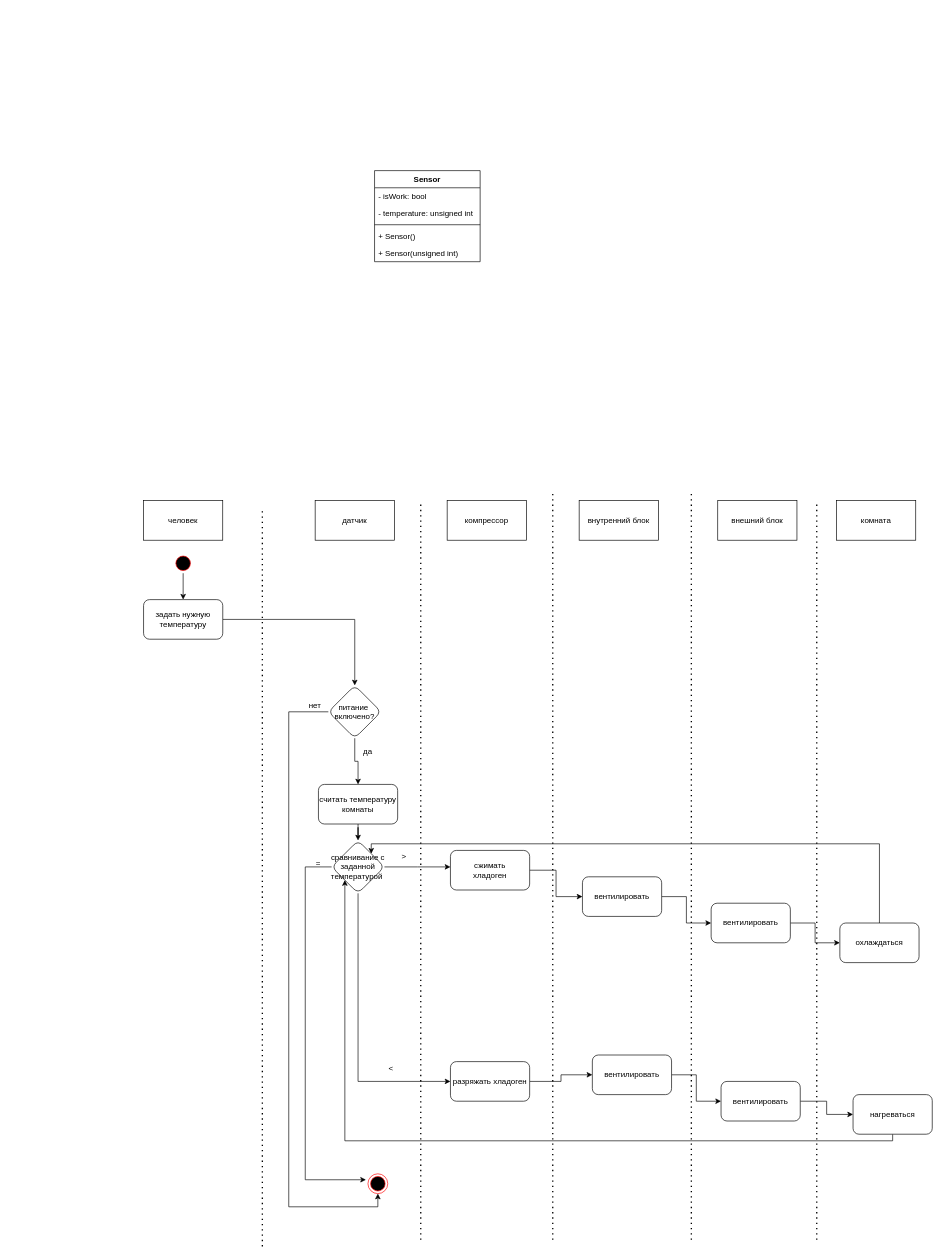
Earlier version of the draw.io diagram exanamination.drawio (nfb1N/drawio). Source tidied: cells renumbered, new cells numbered last; positions are measured from the earlier drawing's top-left corner, leaving out a move shared by most shapes. Both pictures are drawn from the tidied source at 66%, with x=0, y=0 at pixel (143, 170).
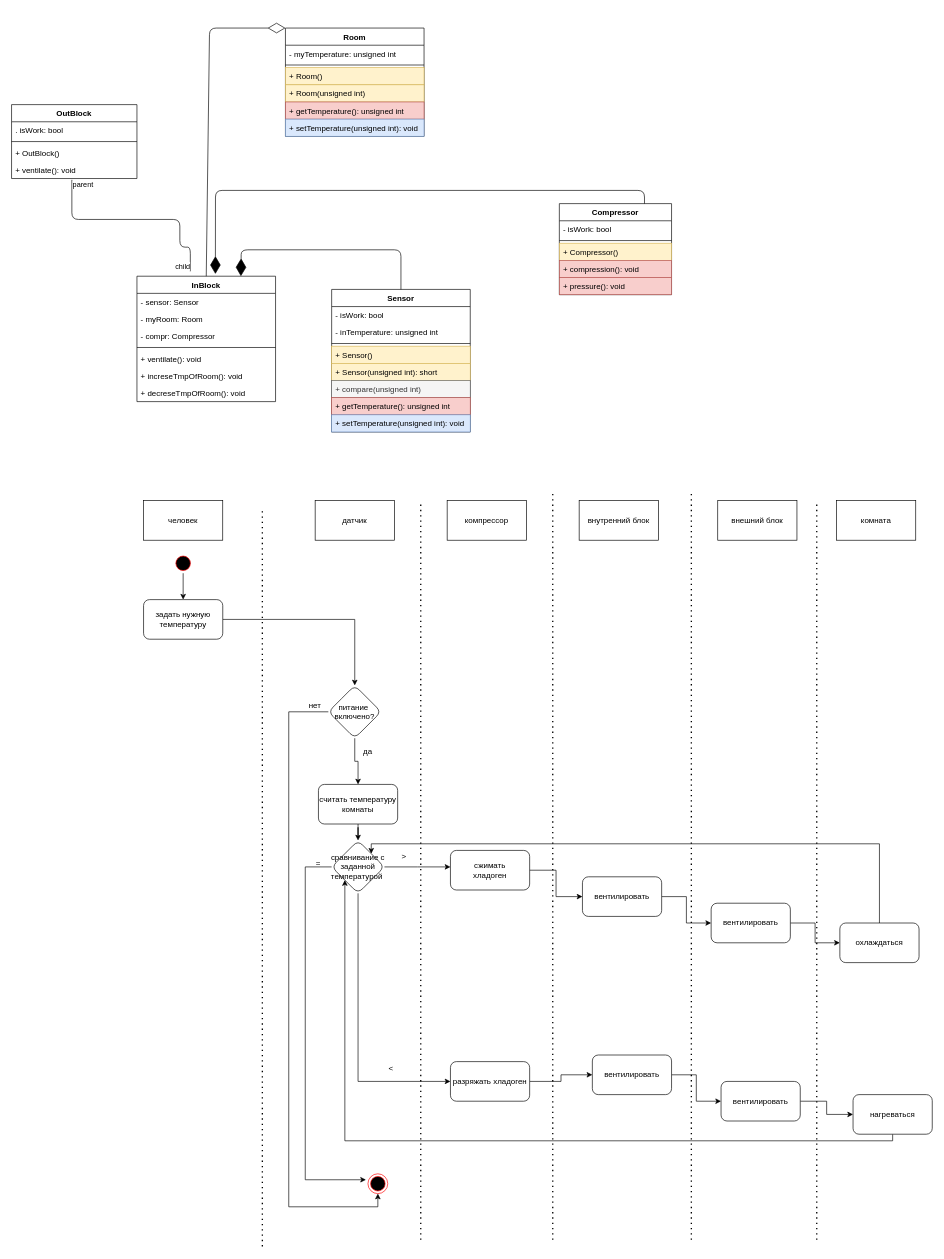
The same diagram, later.

What changed in the source:
```diff
@@
     <mxCell id="44" value="Sensor" style="swimlane;fontStyle=1;align=center;verticalAlign=top;horizontal=1;startSize=26;" parent="1" vertex="1">
-      <mxGeometry x="350" width="160" height="138" as="geometry" />
+      <mxGeometry x="285" y="180" width="210" height="216" as="geometry" />
     </mxCell>
     <mxCell id="45" value="- isWork: bool" style="text;strokeColor=none;fillColor=none;align=left;verticalAlign=top;spacingLeft=4;spacingRight=4;overflow=hidden;" parent="44" vertex="1">
-      <mxGeometry y="26" width="160" height="26" as="geometry" />
+      <mxGeometry y="26" width="210" height="26" as="geometry" />
     </mxCell>
-    <mxCell id="46" value="- temperature: unsigned int" style="text;strokeColor=none;fillColor=none;align=left;verticalAlign=top;spacingLeft=4;spacingRight=4;overflow=hidden;" parent="44" vertex="1">
-      <mxGeometry y="52" width="160" height="26" as="geometry" />
+    <mxCell id="46" value="- inTemperature: unsigned int" style="text;strokeColor=none;fillColor=none;align=left;verticalAlign=top;spacingLeft=4;spacingRight=4;overflow=hidden;" parent="44" vertex="1">
+      <mxGeometry y="52" width="210" height="26" as="geometry" />
     </mxCell>
     <mxCell id="47" style="line;strokeWidth=1;fillColor=none;align=left;verticalAlign=middle;spacingTop=-1;spacingLeft=3;spacingRight=3;labelPosition=right;" parent="44" vertex="1">
-      <mxGeometry y="78" width="160" height="8" as="geometry" />
+      <mxGeometry y="78" width="210" height="8" as="geometry" />
     </mxCell>
-    <mxCell id="48" value="+ Sensor()" style="text;strokeColor=none;fillColor=none;align=left;verticalAlign=top;spacingLeft=4;spacingRight=4;overflow=hidden;" parent="44" vertex="1">
-      <mxGeometry y="86" width="160" height="26" as="geometry" />
+    <mxCell id="48" value="+ Sensor()" style="text;strokeColor=#d6b656;fillColor=#fff2cc;align=left;verticalAlign=top;spacingLeft=4;spacingRight=4;overflow=hidden;" parent="44" vertex="1">
+      <mxGeometry y="86" width="210" height="26" as="geometry" />
     </mxCell>
-    <mxCell id="49" value="+ Sensor(unsigned int)" style="text;strokeColor=none;fillColor=none;align=left;verticalAlign=top;spacingLeft=4;spacingRight=4;overflow=hidden;" parent="44" vertex="1">
-      <mxGeometry y="112" width="160" height="26" as="geometry" />
+    <mxCell id="49" value="+ Sensor(unsigned int): short" style="text;strokeColor=#d6b656;fillColor=#fff2cc;align=left;verticalAlign=top;spacingLeft=4;spacingRight=4;overflow=hidden;" parent="44" vertex="1">
+      <mxGeometry y="112" width="210" height="26" as="geometry" />
     </mxCell>
+    <mxCell id="55" value="+ compare(unsigned int)" style="text;strokeColor=#666666;fillColor=#f5f5f5;align=left;verticalAlign=top;spacingLeft=4;spacingRight=4;overflow=hidden;fontColor=#333333;" parent="44" vertex="1">
+      <mxGeometry y="138" width="210" height="26" as="geometry" />
+    </mxCell>
+    <mxCell id="56" value="+ getTemperature(): unsigned int" style="text;strokeColor=#b85450;fillColor=#f8cecc;align=left;verticalAlign=top;spacingLeft=4;spacingRight=4;overflow=hidden;" parent="44" vertex="1">
+      <mxGeometry y="164" width="210" height="26" as="geometry" />
+    </mxCell>
+    <mxCell id="57" value="+ setTemperature(unsigned int): void" style="text;strokeColor=#6c8ebf;fillColor=#dae8fc;align=left;verticalAlign=top;spacingLeft=4;spacingRight=4;overflow=hidden;" parent="44" vertex="1">
+      <mxGeometry y="190" width="210" height="26" as="geometry" />
+    </mxCell>
@@
+    <mxCell id="58" value="Compressor" style="swimlane;fontStyle=1;align=center;verticalAlign=top;horizontal=1;startSize=26;" parent="1" vertex="1">
+      <mxGeometry x="630" y="50" width="170" height="138" as="geometry" />
+    </mxCell>
+    <mxCell id="59" value="- isWork: bool" style="text;strokeColor=none;fillColor=none;align=left;verticalAlign=top;spacingLeft=4;spacingRight=4;overflow=hidden;" parent="58" vertex="1">
+      <mxGeometry y="26" width="170" height="26" as="geometry" />
+    </mxCell>
+    <mxCell id="60" style="line;strokeWidth=1;fillColor=none;align=left;verticalAlign=middle;spacingTop=-1;spacingLeft=3;spacingRight=3;labelPosition=right;" parent="58" vertex="1">
+      <mxGeometry y="52" width="170" height="8" as="geometry" />
+    </mxCell>
+    <mxCell id="61" value="+ Compressor()" style="text;strokeColor=#d6b656;fillColor=#fff2cc;align=left;verticalAlign=top;spacingLeft=4;spacingRight=4;overflow=hidden;" parent="58" vertex="1">
+      <mxGeometry y="60" width="170" height="26" as="geometry" />
+    </mxCell>
+    <mxCell id="62" value="+ compression(): void" style="text;strokeColor=#b85450;fillColor=#f8cecc;align=left;verticalAlign=top;spacingLeft=4;spacingRight=4;overflow=hidden;" parent="58" vertex="1">
+      <mxGeometry y="86" width="170" height="26" as="geometry" />
+    </mxCell>
+    <mxCell id="63" value="+ pressure(): void" style="text;strokeColor=#b85450;fillColor=#f8cecc;align=left;verticalAlign=top;spacingLeft=4;spacingRight=4;overflow=hidden;" parent="58" vertex="1">
+      <mxGeometry y="112" width="170" height="26" as="geometry" />
+    </mxCell>
+    <mxCell id="64" value="OutBlock" style="swimlane;fontStyle=1;align=center;verticalAlign=top;horizontal=1;startSize=26;" parent="1" vertex="1">
+      <mxGeometry x="-200" y="-100" width="190" height="112" as="geometry" />
+    </mxCell>
+    <mxCell id="65" value=". isWork: bool" style="text;strokeColor=none;fillColor=none;align=left;verticalAlign=top;spacingLeft=4;spacingRight=4;overflow=hidden;" parent="64" vertex="1">
+      <mxGeometry y="26" width="190" height="26" as="geometry" />
+    </mxCell>
+    <mxCell id="66" style="line;strokeWidth=1;fillColor=none;align=left;verticalAlign=middle;spacingTop=-1;spacingLeft=3;spacingRight=3;labelPosition=right;" parent="64" vertex="1">
+      <mxGeometry y="52" width="190" height="8" as="geometry" />
+    </mxCell>
+    <mxCell id="67" value="+ OutBlock()" style="text;align=left;verticalAlign=top;spacingLeft=4;spacingRight=4;overflow=hidden;" parent="64" vertex="1">
+      <mxGeometry y="60" width="190" height="26" as="geometry" />
+    </mxCell>
+    <mxCell id="68" value="+ ventilate(): void" style="text;strokeColor=none;fillColor=none;align=left;verticalAlign=top;spacingLeft=4;spacingRight=4;overflow=hidden;points=[[0,0.5],[1,0.5]];portConstraint=eastwest;" parent="64" vertex="1">
+      <mxGeometry y="86" width="190" height="26" as="geometry" />
+    </mxCell>
+    <mxCell id="69" value="InBlock" style="swimlane;fontStyle=1;align=center;verticalAlign=top;horizontal=1;startSize=26;" parent="1" vertex="1">
+      <mxGeometry x="-10" y="160" width="210" height="190" as="geometry" />
+    </mxCell>
+    <mxCell id="70" value="- sensor: Sensor" style="text;strokeColor=none;fillColor=none;align=left;verticalAlign=top;spacingLeft=4;spacingRight=4;overflow=hidden;" parent="69" vertex="1">
+      <mxGeometry y="26" width="210" height="26" as="geometry" />
+    </mxCell>
+    <mxCell id="71" value="- myRoom: Room" style="text;strokeColor=none;fillColor=none;align=left;verticalAlign=top;spacingLeft=4;spacingRight=4;overflow=hidden;" parent="69" vertex="1">
+      <mxGeometry y="52" width="210" height="26" as="geometry" />
+    </mxCell>
+    <mxCell id="72" value="- compr: Compressor" style="text;strokeColor=none;fillColor=none;align=left;verticalAlign=top;spacingLeft=4;spacingRight=4;overflow=hidden;" parent="69" vertex="1">
+      <mxGeometry y="78" width="210" height="26" as="geometry" />
+    </mxCell>
+    <mxCell id="73" style="line;strokeWidth=1;fillColor=none;align=left;verticalAlign=middle;spacingTop=-1;spacingLeft=3;spacingRight=3;labelPosition=right;" parent="69" vertex="1">
+      <mxGeometry y="104" width="210" height="8" as="geometry" />
+    </mxCell>
+    <mxCell id="74" value="+ ventilate(): void" style="text;strokeColor=none;fillColor=none;align=left;verticalAlign=top;spacingLeft=4;spacingRight=4;overflow=hidden;" parent="69" vertex="1">
+      <mxGeometry y="112" width="210" height="26" as="geometry" />
+    </mxCell>
+    <mxCell id="75" value="+ increseTmpOfRoom(): void" style="text;strokeColor=none;fillColor=none;align=left;verticalAlign=top;spacingLeft=4;spacingRight=4;overflow=hidden;" parent="69" vertex="1">
+      <mxGeometry y="138" width="210" height="26" as="geometry" />
+    </mxCell>
+    <mxCell id="76" value="+ decreseTmpOfRoom(): void" style="text;strokeColor=none;fillColor=none;align=left;verticalAlign=top;spacingLeft=4;spacingRight=4;overflow=hidden;" parent="69" vertex="1">
+      <mxGeometry y="164" width="210" height="26" as="geometry" />
+    </mxCell>
+    <mxCell id="77" value="Room" style="swimlane;fontStyle=1;align=center;verticalAlign=top;horizontal=1;startSize=26;" parent="1" vertex="1">
+      <mxGeometry x="215" y="-216" width="210" height="164" as="geometry" />
+    </mxCell>
+    <mxCell id="78" value="- myTemperature: unsigned int" style="text;strokeColor=none;fillColor=none;align=left;verticalAlign=top;spacingLeft=4;spacingRight=4;overflow=hidden;" parent="77" vertex="1">
+      <mxGeometry y="26" width="210" height="26" as="geometry" />
+    </mxCell>
+    <mxCell id="79" style="line;strokeWidth=1;fillColor=none;align=left;verticalAlign=middle;spacingTop=-1;spacingLeft=3;spacingRight=3;labelPosition=right;" parent="77" vertex="1">
+      <mxGeometry y="52" width="210" height="8" as="geometry" />
+    </mxCell>
+    <mxCell id="80" value="+ Room()" style="text;strokeColor=#d6b656;fillColor=#fff2cc;align=left;verticalAlign=top;spacingLeft=4;spacingRight=4;overflow=hidden;" parent="77" vertex="1">
+      <mxGeometry y="60" width="210" height="26" as="geometry" />
+    </mxCell>
+    <mxCell id="81" value="+ Room(unsigned int)" style="text;strokeColor=#d6b656;fillColor=#fff2cc;align=left;verticalAlign=top;spacingLeft=4;spacingRight=4;overflow=hidden;" parent="77" vertex="1">
+      <mxGeometry y="86" width="210" height="26" as="geometry" />
+    </mxCell>
+    <mxCell id="82" value="+ getTemperature(): unsigned int" style="text;strokeColor=#b85450;fillColor=#f8cecc;align=left;verticalAlign=top;spacingLeft=4;spacingRight=4;overflow=hidden;" parent="77" vertex="1">
+      <mxGeometry y="112" width="210" height="26" as="geometry" />
+    </mxCell>
+    <mxCell id="83" value="+ setTemperature(unsigned int): void" style="text;strokeColor=#6c8ebf;fillColor=#dae8fc;align=left;verticalAlign=top;spacingLeft=4;spacingRight=4;overflow=hidden;" parent="77" vertex="1">
+      <mxGeometry y="138" width="210" height="26" as="geometry" />
+    </mxCell>
+    <mxCell id="84" style="endArrow=none;html=1;edgeStyle=orthogonalEdgeStyle;exitX=0.481;exitY=1.077;exitDx=0;exitDy=0;exitPerimeter=0;entryX=0.385;entryY=-0.039;entryDx=0;entryDy=0;entryPerimeter=0;" parent="1" edge="1" source="68" target="69">
+      <mxGeometry relative="1" as="geometry">
+        <Array as="points">
+          <mxPoint x="55" y="74" />
+          <mxPoint x="55" y="116" />
+        </Array>
+      </mxGeometry>
+    </mxCell>
+    <mxCell id="85" value="parent" style="edgeLabel;html=1;align=left;verticalAlign=bottom;" parent="84" vertex="1">
+      <mxGeometry x="-1" relative="1" as="geometry">
+        <mxPoint y="16" as="offset" />
+      </mxGeometry>
+    </mxCell>
+    <mxCell id="86" value="child" style="edgeLabel;html=1;align=right;verticalAlign=bottom;" parent="84" vertex="1">
+      <mxGeometry x="1" relative="1" as="geometry" />
+    </mxCell>
+    <mxCell id="87" style="endArrow=diamondThin;endFill=0;endSize=24;html=1;entryX=0;entryY=0;entryDx=0;entryDy=0;exitX=0.5;exitY=0;exitDx=0;exitDy=0;" parent="1" edge="1" source="69" target="77">
+      <mxGeometry relative="1" as="geometry">
+        <Array as="points">
+          <mxPoint x="100" y="-216" />
+        </Array>
+      </mxGeometry>
+    </mxCell>
+    <mxCell id="88" style="endArrow=diamondThin;endFill=1;endSize=24;html=1;entryX=0.75;entryY=0;entryDx=0;entryDy=0;exitX=0.5;exitY=0;exitDx=0;exitDy=0;" parent="1" edge="1" source="44" target="69">
+      <mxGeometry relative="1" as="geometry">
+        <Array as="points">
+          <mxPoint x="390" y="120" />
+          <mxPoint x="148" y="120" />
+        </Array>
+      </mxGeometry>
+    </mxCell>
+    <mxCell id="89" style="endArrow=diamondThin;endFill=1;endSize=24;html=1;entryX=0.566;entryY=-0.018;entryDx=0;entryDy=0;exitX=0.5;exitY=0;exitDx=0;exitDy=0;entryPerimeter=0;" parent="1" edge="1" target="69">
+      <mxGeometry relative="1" as="geometry">
+        <mxPoint x="759" y="50" as="sourcePoint" />
+        <Array as="points">
+          <mxPoint x="759" y="30" />
+          <mxPoint x="109" y="30" />
+        </Array>
+      </mxGeometry>
+    </mxCell>
```
